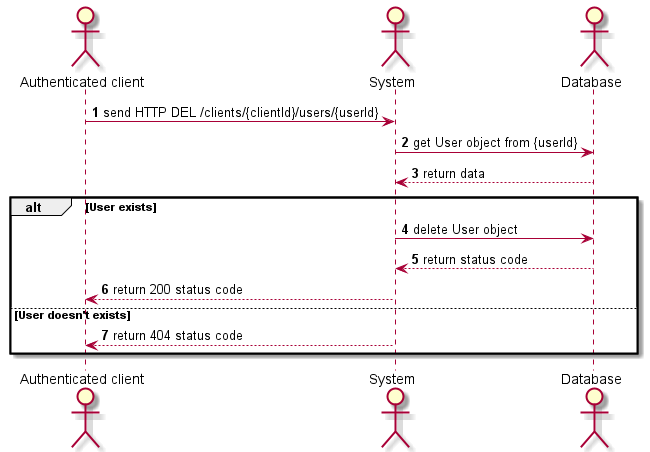
This is diagrams/render/Sequences/UsersManagement/Sequence_DeleteUser.png from Xwyk/BileMo, a PlantUML export, as it was before one commit. Its diagram source:
```plantuml
@startuml

autonumber

actor "Authenticated client" as client
actor System                as system
actor Database              as db

client  -> system  : send HTTP DEL /clients/{clientId}/users/{userId}
system -> db      : get User object from {userId}
system <-- db     : return data

alt User exists
  system -> db      : delete User object
  system <-- db     : return status code
  client  <-- system : return 200 status code
else User doesn't exists
  client  <-- system : return 404 status code
end

@enduml
```
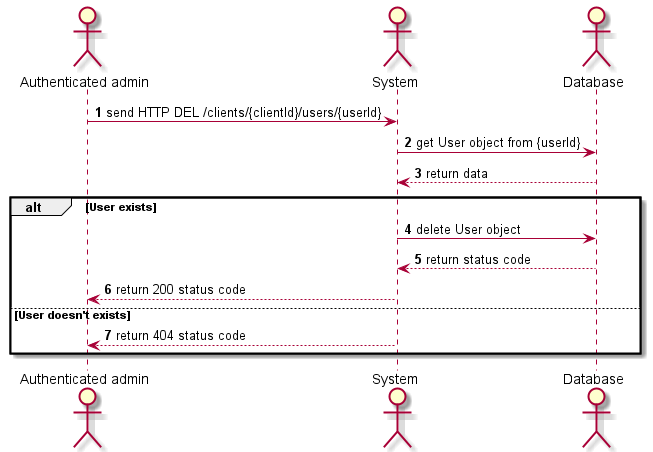
Above is the later version.

What changed in the source:
```diff
@@ -2,20 +2,20 @@
 
 autonumber
 
-actor "Authenticated client" as client
+actor "Authenticated admin" as admin
 actor System                as system
 actor Database              as db
 
-client  -> system  : send HTTP DEL /clients/{clientId}/users/{userId}
+admin  -> system  : send HTTP DEL /clients/{clientId}/users/{userId}
 system -> db      : get User object from {userId}
 system <-- db     : return data
 
 alt User exists
   system -> db      : delete User object
   system <-- db     : return status code
-  client  <-- system : return 200 status code
+  admin  <-- system : return 200 status code
 else User doesn't exists
-  client  <-- system : return 404 status code
+  admin  <-- system : return 404 status code
 end
 
 @enduml
```
